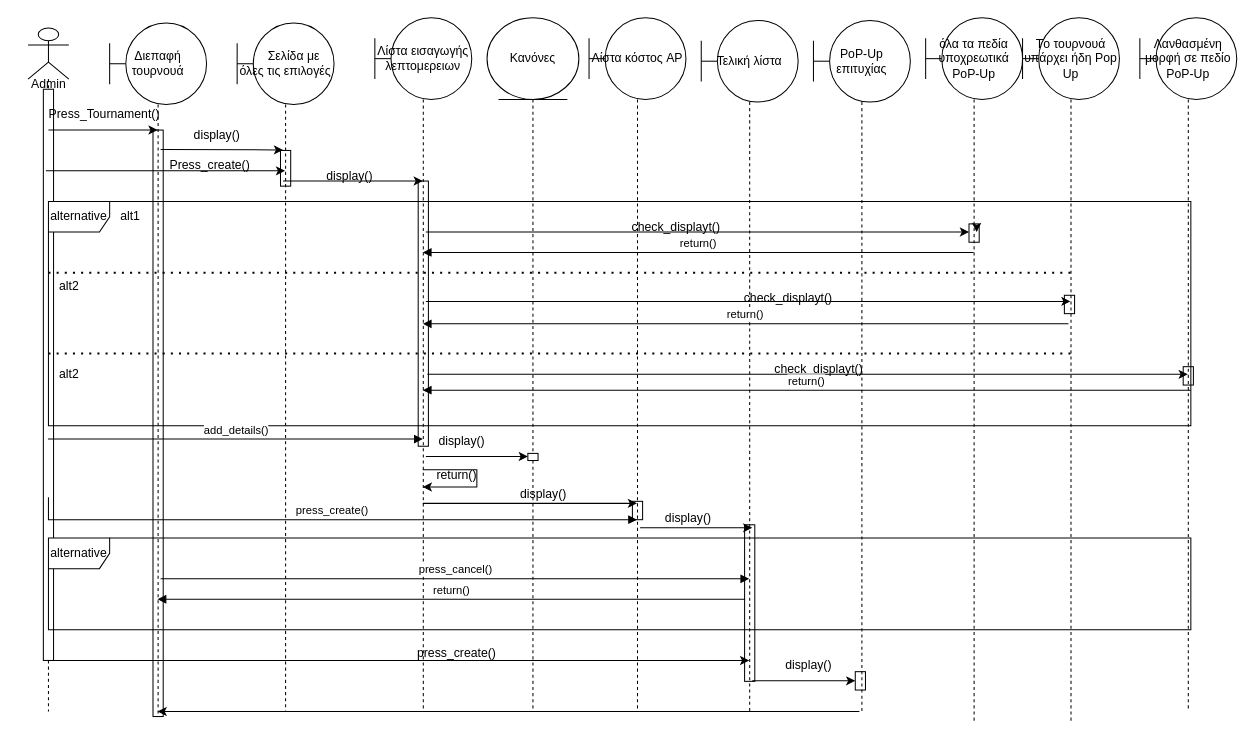
gfilias/-rgathlon keeps this draw.io diagram as sequence_diagram/admin_tournament.drawio. Above is the earlier version. Source tidied: cells renumbered, new cells numbered last; positions are measured from the earlier drawing's top-left corner, leaving out a move shared by most shapes. Both pictures are drawn from the tidied source at 102%, with x=0, y=0 at pixel (17, 17).
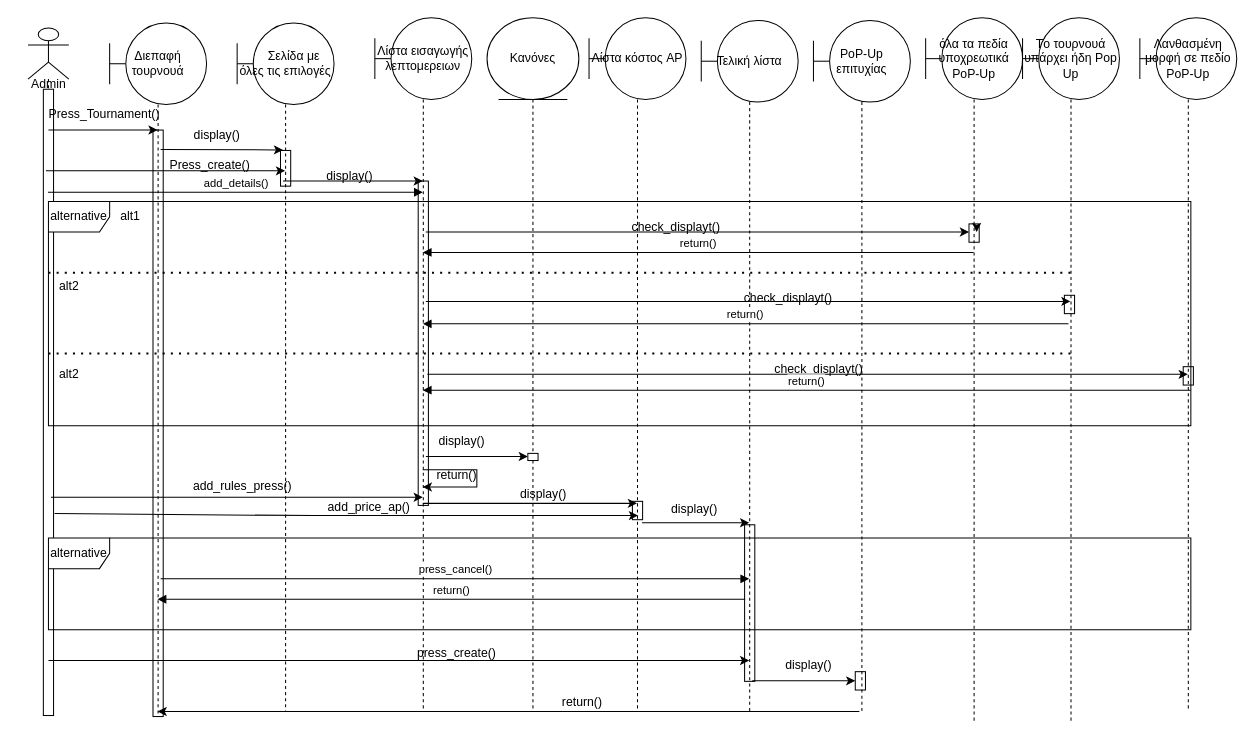
After the change.

Unchanged cells that the change refers to:
```xml
<mxCell id="4" value="Λίστα εισαγωγής λεπτομερειων" style="shape=umlLifeline;perimeter=lifelinePerimeter;whiteSpace=wrap;html=1;outlineConnect=0;portConstraint=eastwest;newEdgeStyle={&quot;edgeStyle&quot;:&quot;elbowEdgeStyle&quot;,&quot;elbow&quot;:&quot;vertical&quot;,&quot;curved&quot;:0,&quot;rounded&quot;:0};participant=umlBoundary;size=80;" parent="1" vertex="1">
  <mxGeometry x="350" width="95" height="680" as="geometry" />
</mxCell>
<mxCell id="5" value="Λίστα κόστος AP" style="shape=umlLifeline;perimeter=lifelinePerimeter;whiteSpace=wrap;html=1;outlineConnect=0;portConstraint=eastwest;newEdgeStyle={&quot;edgeStyle&quot;:&quot;elbowEdgeStyle&quot;,&quot;elbow&quot;:&quot;vertical&quot;,&quot;curved&quot;:0,&quot;rounded&quot;:0};participant=umlBoundary;size=80;" parent="1" vertex="1">
  <mxGeometry x="560" width="95" height="680" as="geometry" />
</mxCell>
<mxCell id="7" value="Τελική λίστα" style="shape=umlLifeline;perimeter=lifelinePerimeter;whiteSpace=wrap;html=1;outlineConnect=0;portConstraint=eastwest;newEdgeStyle={&quot;edgeStyle&quot;:&quot;elbowEdgeStyle&quot;,&quot;elbow&quot;:&quot;vertical&quot;,&quot;curved&quot;:0,&quot;rounded&quot;:0};participant=umlBoundary;size=80;" parent="1" vertex="1">
  <mxGeometry x="670" y="2.5" width="95" height="677.5" as="geometry" />
</mxCell>
```

What changed in the source:
```diff
@@
     <mxCell id="15" style="shape=umlLifeline;perimeter=lifelinePerimeter;whiteSpace=wrap;html=1;outlineConnect=0;portConstraint=eastwest;newEdgeStyle={&quot;edgeStyle&quot;:&quot;elbowEdgeStyle&quot;,&quot;elbow&quot;:&quot;vertical&quot;,&quot;curved&quot;:0,&quot;rounded&quot;:0};participant=umlActor;size=50;" parent="1" vertex="1">
-      <mxGeometry x="10" y="10" width="40" height="670" as="geometry" />
+      <mxGeometry x="10" y="10" width="40" height="674" as="geometry" />
     </mxCell>
     <mxCell id="16" style="html=1;perimeter=orthogonalPerimeter;targetShapes=umlLifeline;newEdgeStyle={&quot;edgeStyle&quot;:&quot;elbowEdgeStyle&quot;,&quot;elbow&quot;:&quot;vertical&quot;,&quot;curved&quot;:0,&quot;rounded&quot;:0};" parent="15" vertex="1">
-      <mxGeometry x="15" y="60" width="10" height="560" as="geometry" />
+      <mxGeometry x="15" y="60" width="10" height="614" as="geometry" />
     </mxCell>
@@
     <mxCell id="30" value="add_details()" style="html=1;verticalAlign=bottom;endArrow=block;edgeStyle=elbowEdgeStyle;elbow=vertical;curved=0;rounded=0;" parent="1" edge="1" source="15" target="4">
       <mxGeometry relative="1" as="geometry">
         <Array as="points">
+          <mxPoint x="314" y="171" />
+          <mxPoint x="274" y="171" />
           <mxPoint x="293" y="413" />
           <mxPoint x="235" y="465" />
           <mxPoint x="320" y="420" />
           <mxPoint x="240" y="460" />
         </Array>
       </mxGeometry>
     </mxCell>
@@
-    <mxCell id="46" value="press_create()" style="html=1;verticalAlign=bottom;endArrow=block;edgeStyle=elbowEdgeStyle;elbow=vertical;curved=0;rounded=0;" parent="1" edge="1" target="5">
-      <mxGeometry relative="1" as="geometry">
-        <mxPoint x="30" y="470" as="sourcePoint" />
-        <Array as="points">
-          <mxPoint x="530" y="492" />
-          <mxPoint x="420" y="483" />
-          <mxPoint x="320" y="470" />
-          <mxPoint x="240" y="510" />
-        </Array>
-      </mxGeometry>
-    </mxCell>
-    <mxCell id="47" style="endArrow=classic;html=1;rounded=0;" parent="1" edge="1">
-      <mxGeometry relative="1" as="geometry">
-        <mxPoint x="610" y="500" as="sourcePoint" />
-        <mxPoint x="720" y="500" as="targetPoint" />
-      </mxGeometry>
+    <mxCell id="47" style="endArrow=classic;html=1;rounded=0;exitX=0.547;exitY=0.728;exitDx=0;exitDy=0;exitPerimeter=0;" parent="1" edge="1" source="5" target="7">
+      <mxGeometry relative="1" as="geometry" />
     </mxCell>
     <mxCell id="48" value="display()" style="text;html=1;align=center;verticalAlign=middle;strokeColor=none;fillColor=none;" parent="1" vertex="1">
-      <mxGeometry x="622" y="476" width="70" height="30" as="geometry" />
+      <mxGeometry x="628" y="467" width="70" height="30" as="geometry" />
     </mxCell>
@@
     <mxCell id="58" style="html=1;perimeter=orthogonalPerimeter;targetShapes=umlLifeline;newEdgeStyle={&quot;edgeStyle&quot;:&quot;elbowEdgeStyle&quot;,&quot;elbow&quot;:&quot;vertical&quot;,&quot;curved&quot;:0,&quot;rounded&quot;:0};fillColor=none;" parent="1" vertex="1">
-      <mxGeometry x="392.5" y="160" width="10" height="260" as="geometry" />
+      <mxGeometry x="392.5" y="160" width="10" height="318" as="geometry" />
     </mxCell>
@@
+    <mxCell id="69" style="endArrow=classic;html=1;rounded=0;" parent="1" edge="1" target="4">
+      <mxGeometry relative="1" as="geometry">
+        <mxPoint x="32.5" y="470" as="sourcePoint" />
+      </mxGeometry>
+    </mxCell>
+    <mxCell id="70" value="add_rules_press()" style="text;html=1;align=center;verticalAlign=middle;strokeColor=none;fillColor=none;" parent="1" vertex="1">
+      <mxGeometry x="159.5" y="446" width="121" height="26" as="geometry" />
+    </mxCell>
+    <mxCell id="71" style="endArrow=classic;html=1;rounded=0;" parent="1" edge="1">
+      <mxGeometry relative="1" as="geometry">
+        <mxPoint x="36" y="486" as="sourcePoint" />
+        <mxPoint x="608" y="488" as="targetPoint" />
+        <Array as="points">
+          <mxPoint x="291" y="488" />
+        </Array>
+      </mxGeometry>
+    </mxCell>
+    <mxCell id="72" value="add_price_ap()" style="text;html=1;align=center;verticalAlign=middle;strokeColor=none;fillColor=none;" parent="1" vertex="1">
+      <mxGeometry x="293" y="467" width="102" height="26" as="geometry" />
+    </mxCell>
+    <mxCell id="73" value="return()" style="text;html=1;align=center;verticalAlign=middle;strokeColor=none;fillColor=none;" parent="1" vertex="1">
+      <mxGeometry x="524" y="658" width="58" height="26" as="geometry" />
+    </mxCell>
```
